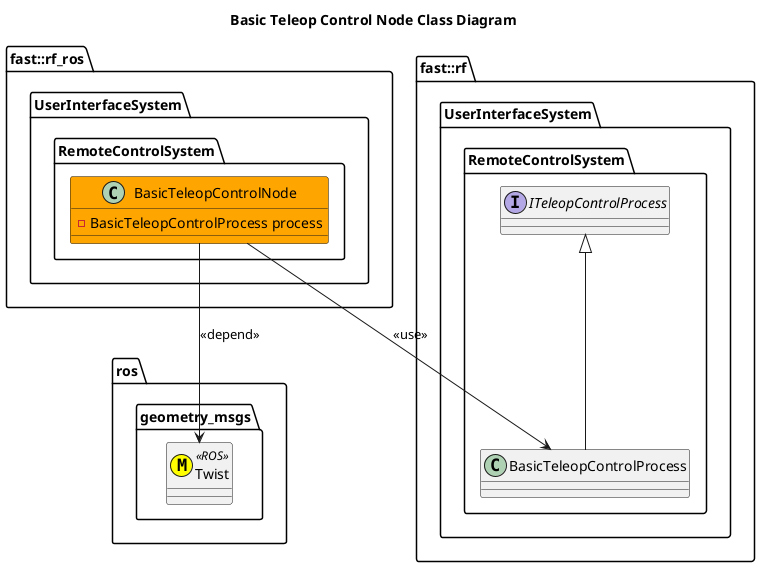
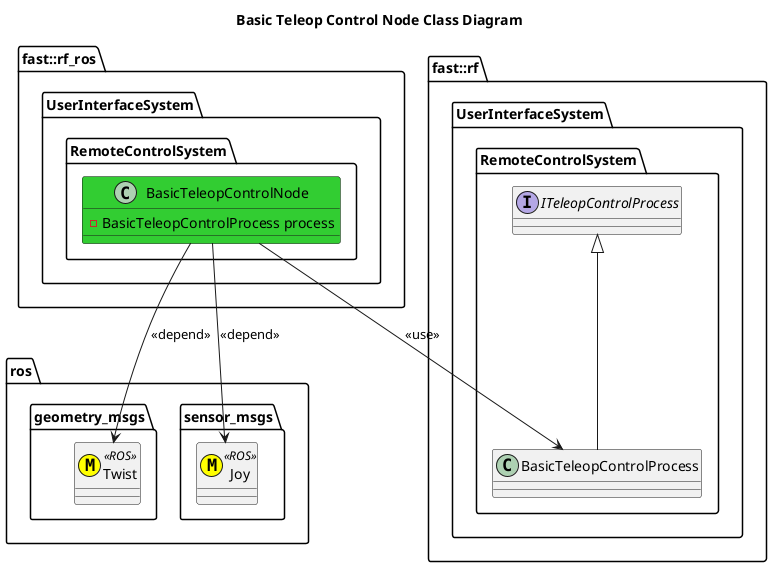
@startuml
title Basic Teleop Control Node Class Diagram

namespace ros {
  namespace geometry_msgs {
-       class Twist <<(M,#FFFF00)>> <<ROS>>
+     class Twist <<(M,#FFFF00)>> <<ROS>>
+   }
+   namespace sensor_msgs {
+     class Joy <<(M,#FFFF00)>> <<ROS>>
  }
}
namespace fast::rf {
    namespace UserInterfaceSystem {
        namespace RemoteControlSystem {
            interface ITeleopControlProcess
            class BasicTeleopControlProcess
            BasicTeleopControlProcess -up-|> ITeleopControlProcess
        }
    }
}
namespace fast::rf_ros {
   namespace UserInterfaceSystem {
        namespace RemoteControlSystem {
-             class BasicTeleopControlNode #Orange {
+             class BasicTeleopControlNode #LimeGreen {
                -BasicTeleopControlProcess process
            }
            BasicTeleopControlNode --> BasicTeleopControlProcess: <<use>>
            BasicTeleopControlNode --> Twist: <<depend>>
+             BasicTeleopControlNode --> Joy: <<depend>>
        }
    }
}
@enduml
